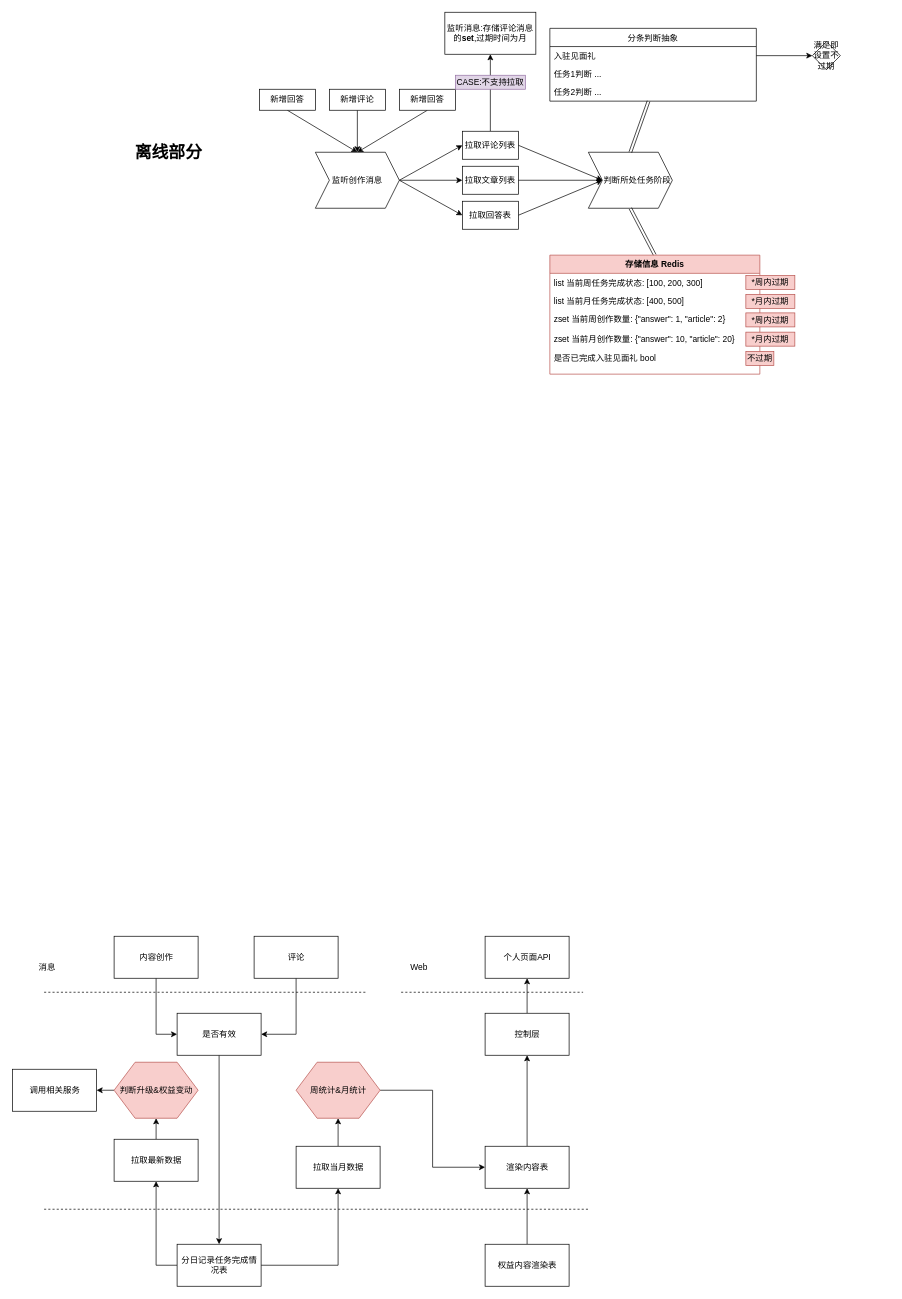
The draw.io diagram Untitled Diagram.drawio in CCyutaotao/CourseTask, before the edit. Source tidied: cells renumbered, new cells numbered last; positions are measured from the earlier drawing's top-left corner, leaving out a move shared by most shapes. Both pictures are drawn from the tidied source at 70%, with x=0, y=0 at pixel (13, 12).
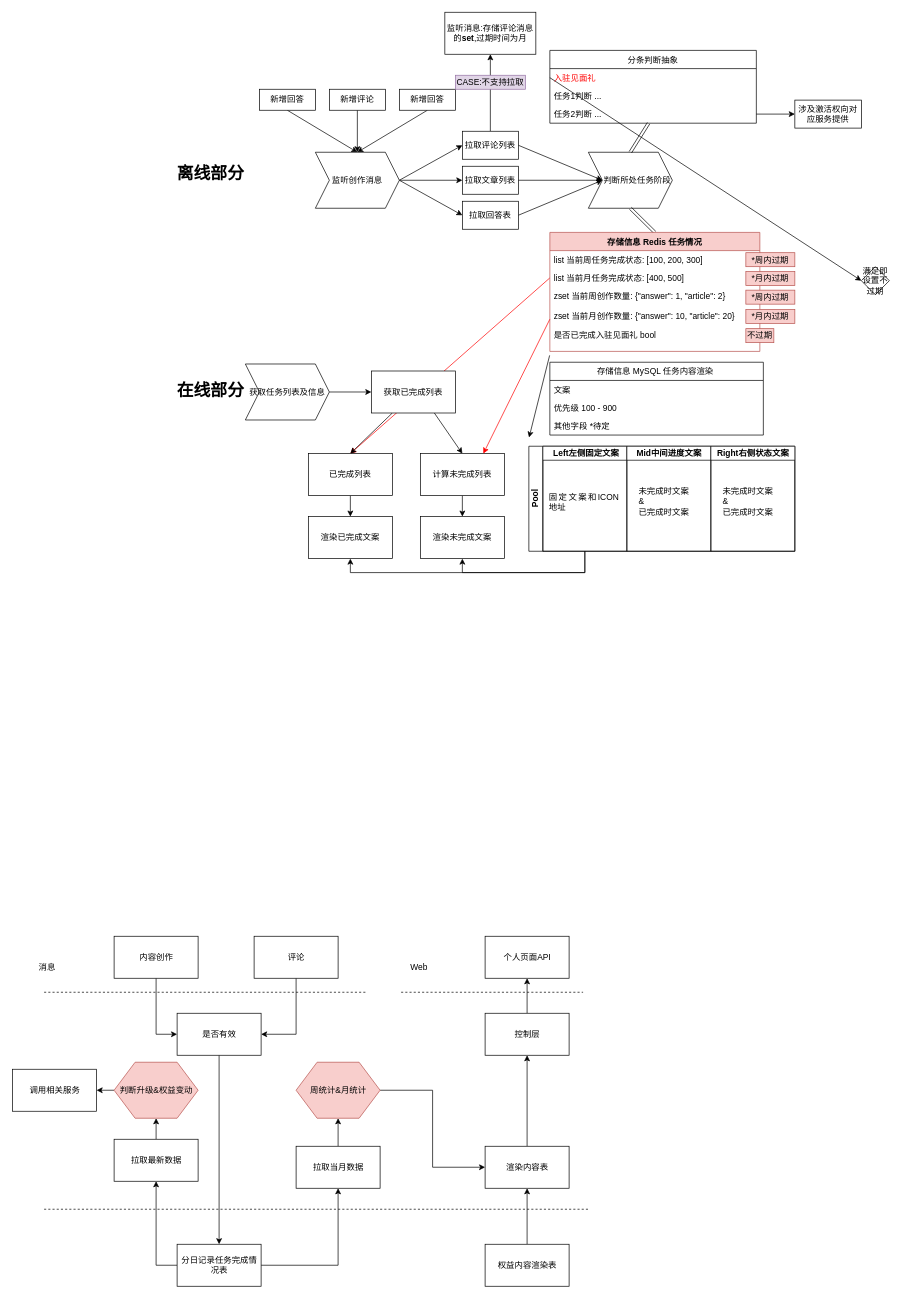
Above is the later version.

The change refers to these unchanged cells:
```xml
<mxCell id="54" value="list 当前月任务完成状态: [400, 500]" style="text;strokeColor=none;fillColor=none;align=left;verticalAlign=top;spacingLeft=4;spacingRight=4;overflow=hidden;points=[[0,0.5],[1,0.5]];portConstraint=eastwest;" parent="52" vertex="1">
  <mxGeometry y="52" width="300" height="26" as="geometry" />
</mxCell>
<mxCell id="55" value="zset 当前周创作数量: {&quot;answer&quot;: 1, &quot;article&quot;: 2}&#10;&#10;zset 当前月创作数量: {&quot;answer&quot;: 10, &quot;article&quot;: 20}&#10;&#10;是否已完成入驻见面礼 bool&#10;&#10;&#10;" style="text;strokeColor=none;fillColor=none;align=left;verticalAlign=top;spacingLeft=4;spacingRight=4;overflow=hidden;points=[[0,0.5],[1,0.5]];portConstraint=eastwest;" parent="52" vertex="1">
  <mxGeometry y="78" width="300" height="92" as="geometry" />
</mxCell>
<mxCell id="65" value="任务2判断 ..." style="text;strokeColor=none;fillColor=none;align=left;verticalAlign=top;spacingLeft=4;spacingRight=4;overflow=hidden;points=[[0,0.5],[1,0.5]];portConstraint=eastwest;" parent="62" vertex="1">
  <mxGeometry y="78" width="295" height="26" as="geometry" />
</mxCell>
```

Diff of the diagram source:
```diff
@@
     <mxCell id="38" value="离线部分" style="text;strokeColor=none;fillColor=none;html=1;fontSize=24;fontStyle=1;verticalAlign=middle;align=center;" parent="1" vertex="1">
-      <mxGeometry x="172" y="180" width="100" height="40" as="geometry" />
+      <mxGeometry x="232" y="210" width="100" height="40" as="geometry" />
     </mxCell>
@@
+    <mxCell id="70" style="edgeStyle=none;rounded=0;jettySize=auto;html=1;entryX=0.5;entryY=0;entryDx=0;entryDy=0;exitX=0;exitY=0.5;exitDx=0;exitDy=0;strokeColor=#FF0000;" parent="1" edge="1" source="54" target="92">
+      <mxGeometry relative="1" as="geometry" />
+    </mxCell>
-    <mxCell id="52" value="存储信息 Redis" style="swimlane;fontStyle=1;horizontal=1;startSize=26;fillColor=#f8cecc;strokeColor=#b85450;" parent="1" vertex="1">
-      <mxGeometry x="767" y="347" width="300" height="170" as="geometry" />
+    <mxCell id="52" value="存储信息 Redis 任务情况" style="swimlane;fontStyle=1;horizontal=1;startSize=26;fillColor=#f8cecc;strokeColor=#b85450;" parent="1" vertex="1">
+      <mxGeometry x="767" y="314.5" width="300" height="170" as="geometry" />
     </mxCell>
@@
     <mxCell id="56" value="*周内过期" style="text;html=1;strokeColor=#b85450;fillColor=#f8cecc;align=center;verticalAlign=middle;whiteSpace=wrap;rounded=0;" parent="1" vertex="1">
-      <mxGeometry x="1047" y="376" width="70" height="20" as="geometry" />
+      <mxGeometry x="1047" y="343.5" width="70" height="20" as="geometry" />
     </mxCell>
     <mxCell id="57" value="*月内过期" style="text;html=1;strokeColor=#b85450;fillColor=#f8cecc;align=center;verticalAlign=middle;whiteSpace=wrap;rounded=0;" parent="1" vertex="1">
-      <mxGeometry x="1047" y="457" width="70" height="20" as="geometry" />
+      <mxGeometry x="1047" y="424.5" width="70" height="20" as="geometry" />
     </mxCell>
     <mxCell id="58" value="*月内过期" style="text;html=1;strokeColor=#b85450;fillColor=#f8cecc;align=center;verticalAlign=middle;whiteSpace=wrap;rounded=0;" parent="1" vertex="1">
-      <mxGeometry x="1047" y="403" width="70" height="20" as="geometry" />
+      <mxGeometry x="1047" y="370.5" width="70" height="20" as="geometry" />
     </mxCell>
     <mxCell id="59" value="*周内过期" style="text;html=1;strokeColor=#b85450;fillColor=#f8cecc;align=center;verticalAlign=middle;whiteSpace=wrap;rounded=0;" parent="1" vertex="1">
-      <mxGeometry x="1047" y="429.5" width="70" height="20" as="geometry" />
+      <mxGeometry x="1047" y="397" width="70" height="20" as="geometry" />
     </mxCell>
@@
     <mxCell id="62" value="分条判断抽象" style="swimlane;fontStyle=0;horizontal=1;startSize=26;fillColor=none;" parent="1" vertex="1">
-      <mxGeometry x="767" y="23" width="295" height="104" as="geometry" />
+      <mxGeometry x="767" y="54.5" width="295" height="104" as="geometry" />
     </mxCell>
-    <mxCell id="63" value="入驻见面礼" style="text;strokeColor=none;fillColor=none;align=left;verticalAlign=top;spacingLeft=4;spacingRight=4;overflow=hidden;points=[[0,0.5],[1,0.5]];portConstraint=eastwest;" parent="62" vertex="1">
+    <mxCell id="63" value="入驻见面礼" style="text;strokeColor=none;fillColor=none;align=left;verticalAlign=top;spacingLeft=4;spacingRight=4;overflow=hidden;points=[[0,0.5],[1,0.5]];portConstraint=eastwest;fontColor=#FF0000;" parent="62" vertex="1">
       <mxGeometry y="26" width="295" height="26" as="geometry" />
     </mxCell>
@@
     <mxCell id="67" value="满足即设置不过期" style="rhombus;whiteSpace=wrap;html=1;" parent="1" vertex="1">
-      <mxGeometry x="1142" y="42" width="40" height="40" as="geometry" />
+      <mxGeometry x="1212" y="363.5" width="40" height="40" as="geometry" />
     </mxCell>
-    <mxCell id="68" style="edgeStyle=none;rounded=0;jettySize=auto;html=1;entryX=0;entryY=0.5;entryDx=0;entryDy=0;" parent="1" edge="1" source="63" target="67">
+    <mxCell id="68" style="edgeStyle=none;rounded=0;jettySize=auto;html=1;entryX=0;entryY=0.5;entryDx=0;entryDy=0;exitX=0;exitY=0.5;exitDx=0;exitDy=0;" parent="1" edge="1" source="63" target="67">
       <mxGeometry relative="1" as="geometry" />
     </mxCell>
     <mxCell id="69" value="不过期" style="text;html=1;strokeColor=#b85450;fillColor=#f8cecc;align=center;verticalAlign=middle;whiteSpace=wrap;rounded=0;" parent="1" vertex="1">
-      <mxGeometry x="1047" y="484.5" width="40" height="20" as="geometry" />
+      <mxGeometry x="1047" y="452" width="40" height="20" as="geometry" />
     </mxCell>
+    <mxCell id="71" value="涉及激活权向对应服务提供" style="rounded=0;whiteSpace=wrap;html=1;" parent="1" vertex="1">
+      <mxGeometry x="1117" y="125.5" width="95" height="40" as="geometry" />
+    </mxCell>
+    <mxCell id="72" style="edgeStyle=none;rounded=0;jettySize=auto;html=1;exitX=1;exitY=0.5;exitDx=0;exitDy=0;entryX=0;entryY=0.5;entryDx=0;entryDy=0;" parent="1" edge="1" source="65" target="71">
+      <mxGeometry relative="1" as="geometry" />
+    </mxCell>
+    <mxCell id="73" value="在线部分" style="text;strokeColor=none;fillColor=none;html=1;fontSize=24;fontStyle=1;verticalAlign=middle;align=center;" parent="1" vertex="1">
+      <mxGeometry x="232" y="520.5" width="100" height="40" as="geometry" />
+    </mxCell>
+    <mxCell id="74" value="存储信息 MySQL 任务内容渲染 " style="swimlane;fontStyle=0;horizontal=1;startSize=26;fillColor=none;" parent="1" vertex="1">
+      <mxGeometry x="767" y="500" width="305" height="104" as="geometry" />
+    </mxCell>
+    <mxCell id="75" value="文案" style="text;strokeColor=none;fillColor=none;align=left;verticalAlign=top;spacingLeft=4;spacingRight=4;overflow=hidden;" parent="74" vertex="1">
+      <mxGeometry y="26" width="305" height="26" as="geometry" />
+    </mxCell>
+    <mxCell id="76" value="优先级 100 - 900 " style="text;strokeColor=none;fillColor=none;align=left;verticalAlign=top;spacingLeft=4;spacingRight=4;overflow=hidden;" parent="74" vertex="1">
+      <mxGeometry y="52" width="305" height="26" as="geometry" />
+    </mxCell>
+    <mxCell id="77" value="其他字段 *待定" style="text;strokeColor=none;fillColor=none;align=left;verticalAlign=top;spacingLeft=4;spacingRight=4;overflow=hidden;" parent="74" vertex="1">
+      <mxGeometry y="78" width="305" height="26" as="geometry" />
+    </mxCell>
+    <mxCell id="78" value="Pool" style="swimlane;html=1;startSize=20;horizontal=0;" parent="1" vertex="1">
+      <mxGeometry x="737" y="620" width="380" height="150" as="geometry" />
+    </mxCell>
+    <mxCell id="79" value="&amp;nbsp;Left左侧固定文案&lt;br&gt;" style="swimlane;html=1;startSize=20;" parent="78" vertex="1">
+      <mxGeometry x="20" width="120" height="150" as="geometry" />
+    </mxCell>
+    <mxCell id="80" value="&lt;div style=&quot;text-align: justify&quot;&gt;&lt;span&gt;固定文案和ICON地址&lt;/span&gt;&lt;/div&gt;" style="text;html=1;strokeColor=none;fillColor=none;align=center;verticalAlign=middle;whiteSpace=wrap;rounded=0;" parent="79" vertex="1">
+      <mxGeometry x="8" y="30" width="102" height="100" as="geometry" />
+    </mxCell>
+    <mxCell id="81" value="Mid中间进度文案" style="swimlane;html=1;startSize=20;" parent="78" vertex="1">
+      <mxGeometry x="140" width="120" height="150" as="geometry" />
+    </mxCell>
+    <mxCell id="82" value="未完成时文案&lt;br&gt;&amp;amp;&lt;br&gt;已完成时文案&lt;br&gt;" style="text;html=1;align=left;verticalAlign=top;spacingTop=-4;" parent="81" vertex="1">
+      <mxGeometry x="15" y="55" width="90" height="40" as="geometry" />
+    </mxCell>
+    <mxCell id="83" value="Right右侧状态文案" style="swimlane;html=1;startSize=20;" parent="78" vertex="1">
+      <mxGeometry x="260" width="120" height="150" as="geometry" />
+    </mxCell>
+    <mxCell id="84" value="未完成时文案&lt;br&gt;&amp;amp;&lt;br&gt;已完成时文案&lt;br&gt;" style="text;html=1;align=left;verticalAlign=top;spacingTop=-4;" parent="83" vertex="1">
+      <mxGeometry x="15" y="55" width="90" height="40" as="geometry" />
+    </mxCell>
+    <mxCell id="85" style="edgeStyle=none;rounded=0;orthogonalLoop=1;jettySize=auto;html=1;exitX=0;exitY=0.5;exitDx=0;exitDy=0;entryX=0;entryY=0.25;entryDx=0;entryDy=0;" parent="1" edge="1">
+      <mxGeometry relative="1" as="geometry">
+        <mxPoint x="766.7" y="490.2" as="sourcePoint" />
+        <mxPoint x="737.3" y="607.5" as="targetPoint" />
+      </mxGeometry>
+    </mxCell>
+    <mxCell id="86" style="edgeStyle=none;rounded=0;jettySize=auto;html=1;exitX=1;exitY=0.5;exitDx=0;exitDy=0;entryX=0;entryY=0.5;entryDx=0;entryDy=0;" parent="1" edge="1" source="87" target="90">
+      <mxGeometry relative="1" as="geometry" />
+    </mxCell>
+    <mxCell id="87" value="获取任务列表及信息" style="shape=step;perimeter=stepPerimeter;whiteSpace=wrap;html=1;fixedSize=1;" parent="1" vertex="1">
+      <mxGeometry x="332" y="502.5" width="120" height="80" as="geometry" />
+    </mxCell>
+    <mxCell id="88" style="edgeStyle=none;rounded=0;jettySize=auto;html=1;exitX=0.25;exitY=1;exitDx=0;exitDy=0;entryX=0.5;entryY=0;entryDx=0;entryDy=0;" parent="1" edge="1" source="90" target="92">
+      <mxGeometry relative="1" as="geometry" />
+    </mxCell>
+    <mxCell id="89" style="edgeStyle=none;rounded=0;jettySize=auto;html=1;exitX=0.75;exitY=1;exitDx=0;exitDy=0;entryX=0.5;entryY=0;entryDx=0;entryDy=0;" parent="1" edge="1" source="90" target="94">
+      <mxGeometry relative="1" as="geometry" />
+    </mxCell>
+    <mxCell id="90" value="获取已完成列表" style="rounded=0;whiteSpace=wrap;html=1;" parent="1" vertex="1">
+      <mxGeometry x="512" y="512.5" width="120" height="60" as="geometry" />
+    </mxCell>
+    <mxCell id="91" style="edgeStyle=none;rounded=0;jettySize=auto;html=1;exitX=0.5;exitY=1;exitDx=0;exitDy=0;strokeColor=#000000;" parent="1" edge="1" source="92" target="95">
+      <mxGeometry relative="1" as="geometry" />
+    </mxCell>
+    <mxCell id="92" value="已完成列表" style="rounded=0;whiteSpace=wrap;html=1;" parent="1" vertex="1">
+      <mxGeometry x="422" y="630.5" width="120" height="60" as="geometry" />
+    </mxCell>
+    <mxCell id="93" style="edgeStyle=none;rounded=0;jettySize=auto;html=1;exitX=0.5;exitY=1;exitDx=0;exitDy=0;entryX=0.5;entryY=0;entryDx=0;entryDy=0;strokeColor=#000000;" parent="1" edge="1" source="94" target="96">
+      <mxGeometry relative="1" as="geometry" />
+    </mxCell>
+    <mxCell id="94" value="计算未完成列表" style="rounded=0;whiteSpace=wrap;html=1;" parent="1" vertex="1">
+      <mxGeometry x="582" y="630.5" width="120" height="60" as="geometry" />
+    </mxCell>
+    <mxCell id="95" value="渲染已完成文案" style="rounded=0;whiteSpace=wrap;html=1;" parent="1" vertex="1">
+      <mxGeometry x="422" y="720.5" width="120" height="60" as="geometry" />
+    </mxCell>
+    <mxCell id="96" value="渲染未完成文案" style="rounded=0;whiteSpace=wrap;html=1;" parent="1" vertex="1">
+      <mxGeometry x="582" y="720.5" width="120" height="60" as="geometry" />
+    </mxCell>
+    <mxCell id="97" style="rounded=0;jettySize=auto;html=1;exitX=0;exitY=0.5;exitDx=0;exitDy=0;entryX=0.75;entryY=0;entryDx=0;entryDy=0;strokeColor=#FF0000;" parent="1" edge="1" source="55" target="94">
+      <mxGeometry relative="1" as="geometry" />
+    </mxCell>
+    <mxCell id="98" style="edgeStyle=orthogonalEdgeStyle;rounded=0;jettySize=auto;html=1;exitX=0.5;exitY=1;exitDx=0;exitDy=0;entryX=0.5;entryY=1;entryDx=0;entryDy=0;strokeColor=#000000;fontColor=#FF0000;" parent="1" edge="1" source="79" target="96">
+      <mxGeometry relative="1" as="geometry" />
+    </mxCell>
+    <mxCell id="99" style="edgeStyle=orthogonalEdgeStyle;rounded=0;jettySize=auto;html=1;exitX=0.5;exitY=1;exitDx=0;exitDy=0;entryX=0.5;entryY=1;entryDx=0;entryDy=0;strokeColor=#000000;fontColor=#FF0000;" parent="1" edge="1" source="79" target="95">
+      <mxGeometry relative="1" as="geometry" />
+    </mxCell>
```
